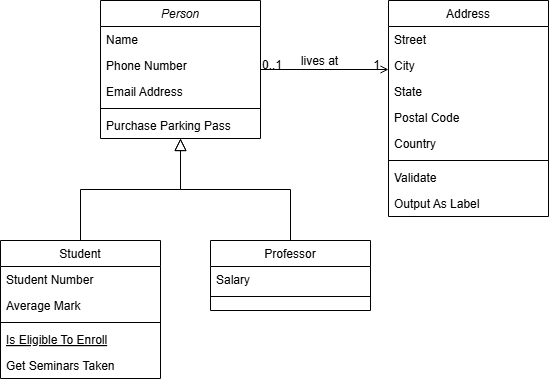
The draw.io diagram analise-de-sistemas/Diagrama sem nome.drawio.png in AmandaKado/faculdadeUninterADS, before a commit. Source tidied: cells renumbered, new cells last; positions are measured from the earlier drawing's top-left corner, leaving out a move shared by most shapes. The source it was exported from:
```xml
<mxGraphModel>
  <root>
    <mxCell id="0" />
    <mxCell id="1" parent="0" />
    <mxCell id="2" value="Person" style="swimlane;fontStyle=2;align=center;verticalAlign=top;horizontal=1;startSize=26;rounded=0;shadow=0;strokeWidth=1;" parent="1" vertex="1">
      <mxGeometry x="100" width="160" height="138" as="geometry" />
    </mxCell>
    <mxCell id="3" value="Name" style="text;align=left;verticalAlign=top;spacingLeft=4;spacingRight=4;overflow=hidden;" parent="2" vertex="1">
      <mxGeometry y="26" width="160" height="26" as="geometry" />
    </mxCell>
    <mxCell id="4" value="Phone Number" style="text;align=left;verticalAlign=top;spacingLeft=4;spacingRight=4;overflow=hidden;rounded=0;shadow=0;html=0;" parent="2" vertex="1">
      <mxGeometry y="52" width="160" height="26" as="geometry" />
    </mxCell>
    <mxCell id="5" value="Email Address" style="text;align=left;verticalAlign=top;spacingLeft=4;spacingRight=4;overflow=hidden;rounded=0;shadow=0;html=0;" parent="2" vertex="1">
      <mxGeometry y="78" width="160" height="26" as="geometry" />
    </mxCell>
    <mxCell id="6" style="line;html=1;strokeWidth=1;align=left;verticalAlign=middle;spacingTop=-1;spacingLeft=3;spacingRight=3;labelPosition=right;" parent="2" vertex="1">
      <mxGeometry y="104" width="160" height="8" as="geometry" />
    </mxCell>
    <mxCell id="7" value="Purchase Parking Pass" style="text;align=left;verticalAlign=top;spacingLeft=4;spacingRight=4;overflow=hidden;" parent="2" vertex="1">
      <mxGeometry y="112" width="160" height="26" as="geometry" />
    </mxCell>
    <mxCell id="8" value="Student" style="swimlane;fontStyle=0;align=center;verticalAlign=top;horizontal=1;startSize=26;rounded=0;shadow=0;strokeWidth=1;" parent="1" vertex="1">
      <mxGeometry y="240" width="160" height="138" as="geometry" />
    </mxCell>
    <mxCell id="9" value="Student Number" style="text;align=left;verticalAlign=top;spacingLeft=4;spacingRight=4;overflow=hidden;" parent="8" vertex="1">
      <mxGeometry y="26" width="160" height="26" as="geometry" />
    </mxCell>
    <mxCell id="10" value="Average Mark" style="text;align=left;verticalAlign=top;spacingLeft=4;spacingRight=4;overflow=hidden;rounded=0;shadow=0;html=0;" parent="8" vertex="1">
      <mxGeometry y="52" width="160" height="26" as="geometry" />
    </mxCell>
    <mxCell id="11" style="line;html=1;strokeWidth=1;align=left;verticalAlign=middle;spacingTop=-1;spacingLeft=3;spacingRight=3;labelPosition=right;" parent="8" vertex="1">
      <mxGeometry y="78" width="160" height="8" as="geometry" />
    </mxCell>
    <mxCell id="12" value="Is Eligible To Enroll" style="text;align=left;verticalAlign=top;spacingLeft=4;spacingRight=4;overflow=hidden;fontStyle=4;" parent="8" vertex="1">
      <mxGeometry y="86" width="160" height="26" as="geometry" />
    </mxCell>
    <mxCell id="13" value="Get Seminars Taken" style="text;align=left;verticalAlign=top;spacingLeft=4;spacingRight=4;overflow=hidden;" parent="8" vertex="1">
      <mxGeometry y="112" width="160" height="26" as="geometry" />
    </mxCell>
    <mxCell id="14" style="endArrow=block;endSize=10;endFill=0;shadow=0;strokeWidth=1;rounded=0;curved=0;edgeStyle=elbowEdgeStyle;elbow=vertical;" parent="1" edge="1" source="8" target="2">
      <mxGeometry relative="1" as="geometry" />
    </mxCell>
    <mxCell id="15" value="Professor" style="swimlane;fontStyle=0;align=center;verticalAlign=top;horizontal=1;startSize=26;rounded=0;shadow=0;strokeWidth=1;" parent="1" vertex="1">
      <mxGeometry x="210" y="240" width="160" height="70" as="geometry" />
    </mxCell>
    <mxCell id="16" value="Salary" style="text;align=left;verticalAlign=top;spacingLeft=4;spacingRight=4;overflow=hidden;" parent="15" vertex="1">
      <mxGeometry y="26" width="160" height="26" as="geometry" />
    </mxCell>
    <mxCell id="17" style="line;html=1;strokeWidth=1;align=left;verticalAlign=middle;spacingTop=-1;spacingLeft=3;spacingRight=3;labelPosition=right;" parent="15" vertex="1">
      <mxGeometry y="52" width="160" height="8" as="geometry" />
    </mxCell>
    <mxCell id="18" style="endArrow=block;endSize=10;endFill=0;shadow=0;strokeWidth=1;rounded=0;curved=0;edgeStyle=elbowEdgeStyle;elbow=vertical;" parent="1" edge="1" source="15" target="2">
      <mxGeometry relative="1" as="geometry" />
    </mxCell>
    <mxCell id="19" value="Address" style="swimlane;fontStyle=0;align=center;verticalAlign=top;horizontal=1;startSize=26;rounded=0;shadow=0;strokeWidth=1;" parent="1" vertex="1">
      <mxGeometry x="388" width="160" height="216" as="geometry" />
    </mxCell>
    <mxCell id="20" value="Street" style="text;align=left;verticalAlign=top;spacingLeft=4;spacingRight=4;overflow=hidden;" parent="19" vertex="1">
      <mxGeometry y="26" width="160" height="26" as="geometry" />
    </mxCell>
    <mxCell id="21" value="City" style="text;align=left;verticalAlign=top;spacingLeft=4;spacingRight=4;overflow=hidden;rounded=0;shadow=0;html=0;" parent="19" vertex="1">
      <mxGeometry y="52" width="160" height="26" as="geometry" />
    </mxCell>
    <mxCell id="22" value="State" style="text;align=left;verticalAlign=top;spacingLeft=4;spacingRight=4;overflow=hidden;rounded=0;shadow=0;html=0;" parent="19" vertex="1">
      <mxGeometry y="78" width="160" height="26" as="geometry" />
    </mxCell>
    <mxCell id="23" value="Postal Code" style="text;align=left;verticalAlign=top;spacingLeft=4;spacingRight=4;overflow=hidden;rounded=0;shadow=0;html=0;" parent="19" vertex="1">
      <mxGeometry y="104" width="160" height="26" as="geometry" />
    </mxCell>
    <mxCell id="24" value="Country" style="text;align=left;verticalAlign=top;spacingLeft=4;spacingRight=4;overflow=hidden;rounded=0;shadow=0;html=0;" parent="19" vertex="1">
      <mxGeometry y="130" width="160" height="26" as="geometry" />
    </mxCell>
    <mxCell id="25" style="line;html=1;strokeWidth=1;align=left;verticalAlign=middle;spacingTop=-1;spacingLeft=3;spacingRight=3;labelPosition=right;" parent="19" vertex="1">
      <mxGeometry y="156" width="160" height="8" as="geometry" />
    </mxCell>
    <mxCell id="26" value="Validate" style="text;align=left;verticalAlign=top;spacingLeft=4;spacingRight=4;overflow=hidden;" parent="19" vertex="1">
      <mxGeometry y="164" width="160" height="26" as="geometry" />
    </mxCell>
    <mxCell id="27" value="Output As Label" style="text;align=left;verticalAlign=top;spacingLeft=4;spacingRight=4;overflow=hidden;" parent="19" vertex="1">
      <mxGeometry y="190" width="160" height="26" as="geometry" />
    </mxCell>
    <mxCell id="28" style="endArrow=open;shadow=0;strokeWidth=1;rounded=0;curved=0;endFill=1;edgeStyle=elbowEdgeStyle;elbow=vertical;" parent="1" edge="1" source="2" target="19">
      <mxGeometry x="0.5" y="41" relative="1" as="geometry">
        <mxPoint x="-40" y="32" as="offset" />
      </mxGeometry>
    </mxCell>
    <mxCell id="29" value="0..1" style="align=left;verticalAlign=bottom;labelBackgroundColor=none;fontSize=12;" parent="28" vertex="1">
      <mxGeometry x="-1" relative="1" as="geometry">
        <mxPoint y="4" as="offset" />
      </mxGeometry>
    </mxCell>
    <mxCell id="30" value="1" style="align=right;verticalAlign=bottom;labelBackgroundColor=none;fontSize=12;" parent="28" vertex="1">
      <mxGeometry x="1" relative="1" as="geometry">
        <mxPoint x="-7" y="4" as="offset" />
      </mxGeometry>
    </mxCell>
    <mxCell id="31" value="lives at" style="text;html=1;align=center;verticalAlign=middle;labelBackgroundColor=none;rounded=0;shadow=0;strokeWidth=1;fontSize=12;" parent="28" vertex="1">
      <mxGeometry x="0.5" y="49" relative="1" as="geometry">
        <mxPoint x="-38" y="40" as="offset" />
      </mxGeometry>
    </mxCell>
  </root>
</mxGraphModel>
```
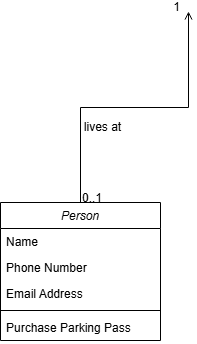
The same diagram one commit later.

Change to the diagram source:
```diff
@@ -20,68 +20,9 @@
     <mxCell id="7" value="Purchase Parking Pass" style="text;align=left;verticalAlign=top;spacingLeft=4;spacingRight=4;overflow=hidden;" parent="2" vertex="1">
       <mxGeometry y="112" width="160" height="26" as="geometry" />
     </mxCell>
-    <mxCell id="8" value="Student" style="swimlane;fontStyle=0;align=center;verticalAlign=top;horizontal=1;startSize=26;rounded=0;shadow=0;strokeWidth=1;" parent="1" vertex="1">
-      <mxGeometry y="240" width="160" height="138" as="geometry" />
-    </mxCell>
-    <mxCell id="9" value="Student Number" style="text;align=left;verticalAlign=top;spacingLeft=4;spacingRight=4;overflow=hidden;" parent="8" vertex="1">
-      <mxGeometry y="26" width="160" height="26" as="geometry" />
-    </mxCell>
-    <mxCell id="10" value="Average Mark" style="text;align=left;verticalAlign=top;spacingLeft=4;spacingRight=4;overflow=hidden;rounded=0;shadow=0;html=0;" parent="8" vertex="1">
-      <mxGeometry y="52" width="160" height="26" as="geometry" />
-    </mxCell>
-    <mxCell id="11" style="line;html=1;strokeWidth=1;align=left;verticalAlign=middle;spacingTop=-1;spacingLeft=3;spacingRight=3;labelPosition=right;" parent="8" vertex="1">
-      <mxGeometry y="78" width="160" height="8" as="geometry" />
-    </mxCell>
-    <mxCell id="12" value="Is Eligible To Enroll" style="text;align=left;verticalAlign=top;spacingLeft=4;spacingRight=4;overflow=hidden;fontStyle=4;" parent="8" vertex="1">
-      <mxGeometry y="86" width="160" height="26" as="geometry" />
-    </mxCell>
-    <mxCell id="13" value="Get Seminars Taken" style="text;align=left;verticalAlign=top;spacingLeft=4;spacingRight=4;overflow=hidden;" parent="8" vertex="1">
-      <mxGeometry y="112" width="160" height="26" as="geometry" />
-    </mxCell>
-    <mxCell id="14" style="endArrow=block;endSize=10;endFill=0;shadow=0;strokeWidth=1;rounded=0;curved=0;edgeStyle=elbowEdgeStyle;elbow=vertical;" parent="1" edge="1" source="8" target="2">
-      <mxGeometry relative="1" as="geometry" />
-    </mxCell>
-    <mxCell id="15" value="Professor" style="swimlane;fontStyle=0;align=center;verticalAlign=top;horizontal=1;startSize=26;rounded=0;shadow=0;strokeWidth=1;" parent="1" vertex="1">
-      <mxGeometry x="210" y="240" width="160" height="70" as="geometry" />
-    </mxCell>
-    <mxCell id="16" value="Salary" style="text;align=left;verticalAlign=top;spacingLeft=4;spacingRight=4;overflow=hidden;" parent="15" vertex="1">
-      <mxGeometry y="26" width="160" height="26" as="geometry" />
-    </mxCell>
-    <mxCell id="17" style="line;html=1;strokeWidth=1;align=left;verticalAlign=middle;spacingTop=-1;spacingLeft=3;spacingRight=3;labelPosition=right;" parent="15" vertex="1">
-      <mxGeometry y="52" width="160" height="8" as="geometry" />
-    </mxCell>
-    <mxCell id="18" style="endArrow=block;endSize=10;endFill=0;shadow=0;strokeWidth=1;rounded=0;curved=0;edgeStyle=elbowEdgeStyle;elbow=vertical;" parent="1" edge="1" source="15" target="2">
-      <mxGeometry relative="1" as="geometry" />
-    </mxCell>
-    <mxCell id="19" value="Address" style="swimlane;fontStyle=0;align=center;verticalAlign=top;horizontal=1;startSize=26;rounded=0;shadow=0;strokeWidth=1;" parent="1" vertex="1">
-      <mxGeometry x="388" width="160" height="216" as="geometry" />
-    </mxCell>
-    <mxCell id="20" value="Street" style="text;align=left;verticalAlign=top;spacingLeft=4;spacingRight=4;overflow=hidden;" parent="19" vertex="1">
-      <mxGeometry y="26" width="160" height="26" as="geometry" />
-    </mxCell>
-    <mxCell id="21" value="City" style="text;align=left;verticalAlign=top;spacingLeft=4;spacingRight=4;overflow=hidden;rounded=0;shadow=0;html=0;" parent="19" vertex="1">
-      <mxGeometry y="52" width="160" height="26" as="geometry" />
-    </mxCell>
-    <mxCell id="22" value="State" style="text;align=left;verticalAlign=top;spacingLeft=4;spacingRight=4;overflow=hidden;rounded=0;shadow=0;html=0;" parent="19" vertex="1">
-      <mxGeometry y="78" width="160" height="26" as="geometry" />
-    </mxCell>
-    <mxCell id="23" value="Postal Code" style="text;align=left;verticalAlign=top;spacingLeft=4;spacingRight=4;overflow=hidden;rounded=0;shadow=0;html=0;" parent="19" vertex="1">
-      <mxGeometry y="104" width="160" height="26" as="geometry" />
-    </mxCell>
-    <mxCell id="24" value="Country" style="text;align=left;verticalAlign=top;spacingLeft=4;spacingRight=4;overflow=hidden;rounded=0;shadow=0;html=0;" parent="19" vertex="1">
-      <mxGeometry y="130" width="160" height="26" as="geometry" />
-    </mxCell>
-    <mxCell id="25" style="line;html=1;strokeWidth=1;align=left;verticalAlign=middle;spacingTop=-1;spacingLeft=3;spacingRight=3;labelPosition=right;" parent="19" vertex="1">
-      <mxGeometry y="156" width="160" height="8" as="geometry" />
-    </mxCell>
-    <mxCell id="26" value="Validate" style="text;align=left;verticalAlign=top;spacingLeft=4;spacingRight=4;overflow=hidden;" parent="19" vertex="1">
-      <mxGeometry y="164" width="160" height="26" as="geometry" />
-    </mxCell>
-    <mxCell id="27" value="Output As Label" style="text;align=left;verticalAlign=top;spacingLeft=4;spacingRight=4;overflow=hidden;" parent="19" vertex="1">
-      <mxGeometry y="190" width="160" height="26" as="geometry" />
-    </mxCell>
-    <mxCell id="28" style="endArrow=open;shadow=0;strokeWidth=1;rounded=0;curved=0;endFill=1;edgeStyle=elbowEdgeStyle;elbow=vertical;" parent="1" edge="1" source="2" target="19">
+    <mxCell id="28" style="endArrow=open;shadow=0;strokeWidth=1;rounded=0;curved=0;endFill=1;edgeStyle=elbowEdgeStyle;elbow=vertical;" parent="1" edge="1" source="2">
       <mxGeometry x="0.5" y="41" relative="1" as="geometry">
+        <mxPoint x="288" y="-191" as="targetPoint" />
         <mxPoint x="-40" y="32" as="offset" />
       </mxGeometry>
     </mxCell>
```
